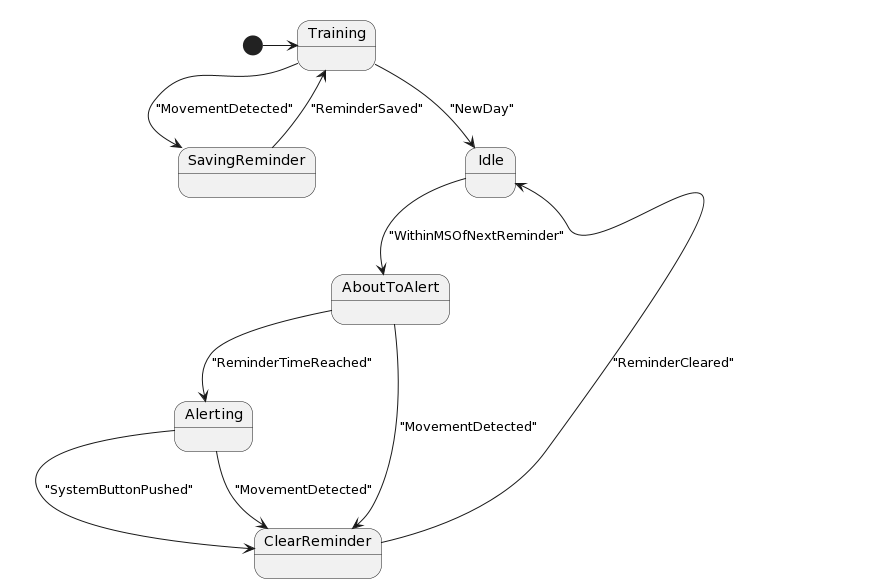
Above: docs/state-machine-planttext.uml.png in eejai42/med-reminder (PlantUML), before the change.
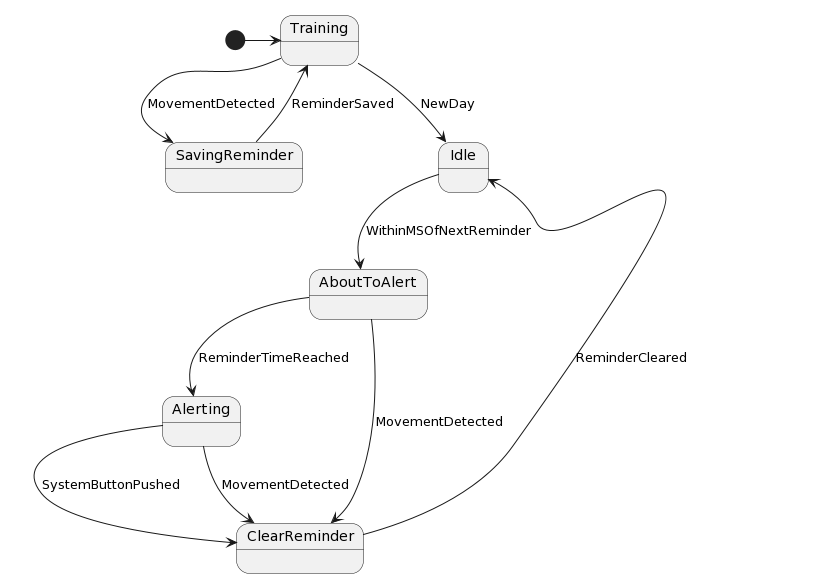
After the change.

Diff of the diagram source:
```diff
@@ -7,21 +7,13 @@
 state Alerting
 state ClearReminder
 
-Training --> SavingReminder : "MovementDetected"
-
-Training --> Idle : "NewDay"
-
-SavingReminder --> Training : "ReminderSaved"
-
-Idle --> AboutToAlert : "WithinMSOfNextReminder"
-
-AboutToAlert --> Alerting : "ReminderTimeReached"
-
-AboutToAlert --> ClearReminder : "MovementDetected"
-
-Alerting --> ClearReminder : "SystemButtonPushed"
-
-Alerting --> ClearReminder : "MovementDetected"
-
-ClearReminder --> Idle : "ReminderCleared"
+Training --> SavingReminder : MovementDetected
+Training --> Idle : NewDay
+SavingReminder --> Training : ReminderSaved
+Idle --> AboutToAlert : WithinMSOfNextReminder
+AboutToAlert --> Alerting : ReminderTimeReached
+AboutToAlert --> ClearReminder : MovementDetected
+Alerting --> ClearReminder : SystemButtonPushed
+Alerting --> ClearReminder : MovementDetected
+ClearReminder --> Idle : ReminderCleared
 @enduml
```
